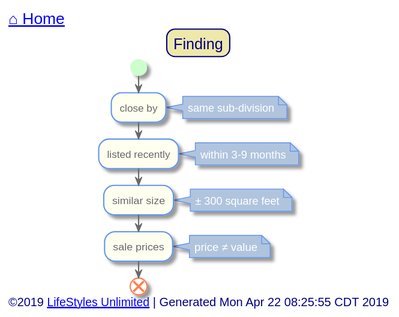
Above: out/src/single-family/finding.svg in toddmo/lifestylesunlimited (PlantUML), before the change.
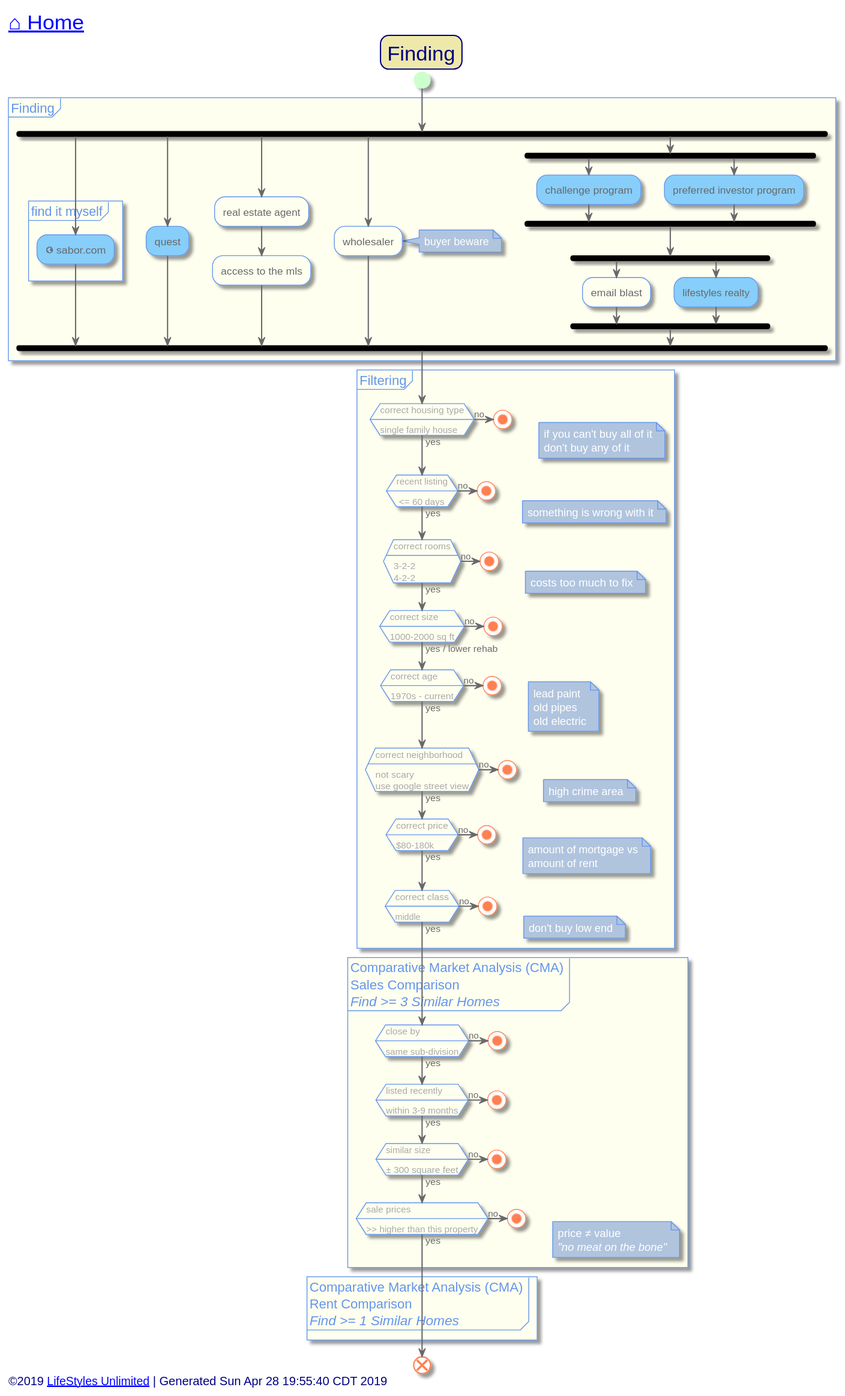
After the commit.

What changed in the source:
```diff
@@ -11,11 +11,13 @@
   BackgroundColor PaleGoldenRod
   BorderColor Navy
   BorderRoundCorner 20
+  FontSize 24
 }
 
 skinparam activity {
   BackgroundColor Ivory
   BorderColor CornflowerBlue
+  BorderThickness 1
   FontColor DimGray
 
 
@@ -73,7 +75,7 @@
 
 
 left header
-	<font color=Navy size=18>[[../index.svg ⌂ Home]]</font>
+	<font color=Navy size=24>[[../index.svg ⌂ Home]]</font>
 endheader
 
 
@@ -81,23 +83,140 @@
 
 	start
 
-		:close by;
-		note right:same sub-division
+	partition Finding {
+		fork
+			partition "find it myself" {
+				[[http://realestate.sabor.com]]#LightSkyBlue:<&globe> sabor.com;
+			}
 
-		:listed recently;
-		note right: within 3-9 months
+		fork again
+			[[https://app.lifestylesquest.com]]#LightSkyBlue:quest;
 
-		:similar size;
-		note right: ± 300 square feet
+		fork again
+			:real estate agent;
+			:access to the mls;
+		fork again
+			:wholesaler;
+			note right: buyer beware
 
-		:sale prices;
-		note right: price ≠ value
+		fork again
+			fork
+				[[challenge-program.svg?sanitize=true]]#LightSkyBlue:challenge program;
+			fork again
+				[[preferred-investor-group-program.svg?sanitize=true]]#LightSkyBlue:preferred investor program;
+			end fork
+			fork
+				:email blast;
+			fork again
+				[[https://www.har.com/lifestyles-realty-dallas-inc/broker_NTREIS-LIRE01]]#LightSkyBlue:lifestyles realty;
+			end fork
+		end fork
+	}
+
+	partition Filtering {
+		if(correct housing type\n----\nsingle family house) then(no)
+			note right
+				if you can't buy all of it
+				don't buy any of it
+			end note
+			stop
+		else (yes)
+		endif
+
+		if(recent listing\n----\n <= 60 days) then(no)
+			note right
+				something is wrong with it
+			end note
+			stop
+		else (yes)
+		endif
+
+		if(correct rooms\n----\n3-2-2\n4-2-2) then(no)
+			note right: costs too much to fix
+			stop
+		else (yes)
+		endif
+
+		if(correct size\n----\n1000-2000 sq ft) then(no)
+			stop
+		else (yes / lower rehab)
+		endif
+
+
+		if(correct age\n----\n1970s - current) then(no)
+			note right
+				lead paint
+				old pipes
+				old electric
+			end note
+			stop
+		else (yes)
+		endif
+
+		if(correct neighborhood\n----\nnot scary\nuse google street view) then(no)
+			note right
+				high crime area
+			end note
+			stop
+		else (yes)
+		endif
+
+		if(correct price\n----\n$80-180k) then(no)
+			note right
+				amount of mortgage vs
+				amount of rent
+			end note
+			stop
+		else (yes)
+		endif
+
+		if(correct class\n----\nmiddle) then(no)
+			note right
+				don't buy low end
+			end note
+			stop
+		else (yes)
+		endif
+
+	}
+
+		partition "Comparative Market Analysis (CMA)\nSales Comparison\n<i>Find >= 3 Similar Homes" {
+
+			if(close by\n----\nsame sub-division) then(no)
+				stop
+			else (yes)
+			endif
+
+			if(listed recently\n----\nwithin 3-9 months) then(no)
+				stop
+			else (yes)
+			endif
+
+			if(similar size\n----\n± 300 square feet) then(no)
+				stop
+			else (yes)
+			endif
+
+			if(sale prices\n----\n>> higher than this property) then(no)
+				note right
+					price ≠ value
+					<i>"no meat on the bone"
+				end note
+				stop
+			else (yes)
+			endif
+		}
+
+		partition "Comparative Market Analysis (CMA)\nRent Comparison\n<i>Find >= 1 Similar Homes" {
+
+		}
+
 
 	end
 
 
 left footer
-	<font size=14>©2019 [[http://www.lifestylesunlimited.com LifeStyles Unlimited]] | Generated Mon Apr 22 08:25:55 CDT 2019</font>
+	<font size=14>©2019 [[http://www.lifestylesunlimited.com LifeStyles Unlimited]] | Generated Sun Apr 28 19:55:40 CDT 2019</font>
 endfooter
 
 
```
